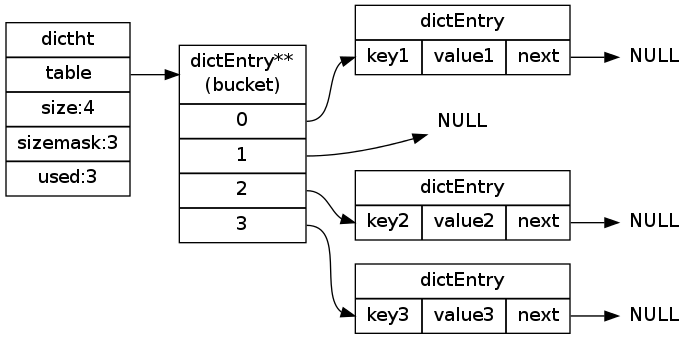
Earlier version of the Graphviz export internal-datastruct/image/hash_table_example.png (huangzworks/redisbook). Its source is kept beside it as internal-datastruct/image/hash_table_example.dot.
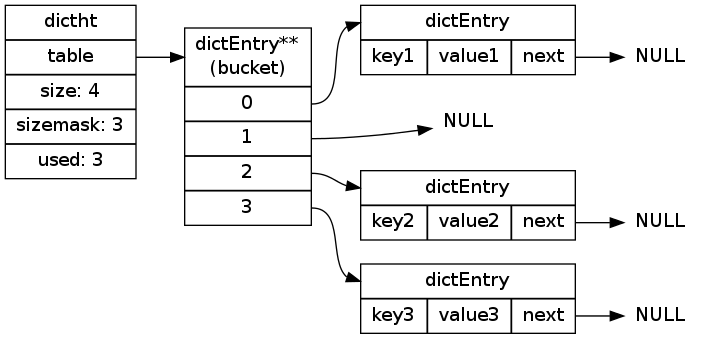
After the change.

The edit, as a diff of the source:
```diff
@@ -6,15 +6,15 @@
     node[shape=record];
 
 
-    ht1 [label="<dictht>dictht |<table> table | size:4 | sizemask:3 | used:3"];
+    ht1 [label="<dictht>dictht |<table> table | size: 4 | sizemask: 3 | used: 3"];
 
     bucket [label="<head>dictEntry**\n(bucket) |<table0> 0 |<table1> 1 |<table2> 2 |<table3> 3 "];
 
-    pair_1 [label="dictEntry |{<start>key1 | value1 |<next>next}"];
+    pair_1 [label="<head>dictEntry |{key1 | value1 |<next>next}"];
 
-    pair_2 [label="dictEntry |{<start>key2 | value2 |<next>next}"];
+    pair_2 [label="<head>dictEntry |{key2 | value2 |<next>next}"];
 
-    pair_3 [label="dictEntry |{<start>key3 | value3 |<next>next}"];
+    pair_3 [label="<head>dictEntry |{key3 | value3 |<next>next}"];
 
     null0 [label="NULL", shape=plaintext];
     null1 [label="NULL", shape=plaintext];
@@ -24,11 +24,11 @@
 
     ht1:table -> bucket:head;
 
-    bucket:table0 -> pair_1:start; pair_1:next -> null0;
+    bucket:table0 -> pair_1:head; pair_1:next -> null0;
 
     bucket:table1 -> null1;
 
-    bucket:table2 -> pair_2:start; pair_2:next -> null2;
+    bucket:table2 -> pair_2:head; pair_2:next -> null2;
 
-    bucket:table3 -> pair_3:start; pair_3:next -> null3;
+    bucket:table3 -> pair_3:head; pair_3:next -> null3;
 }
```
